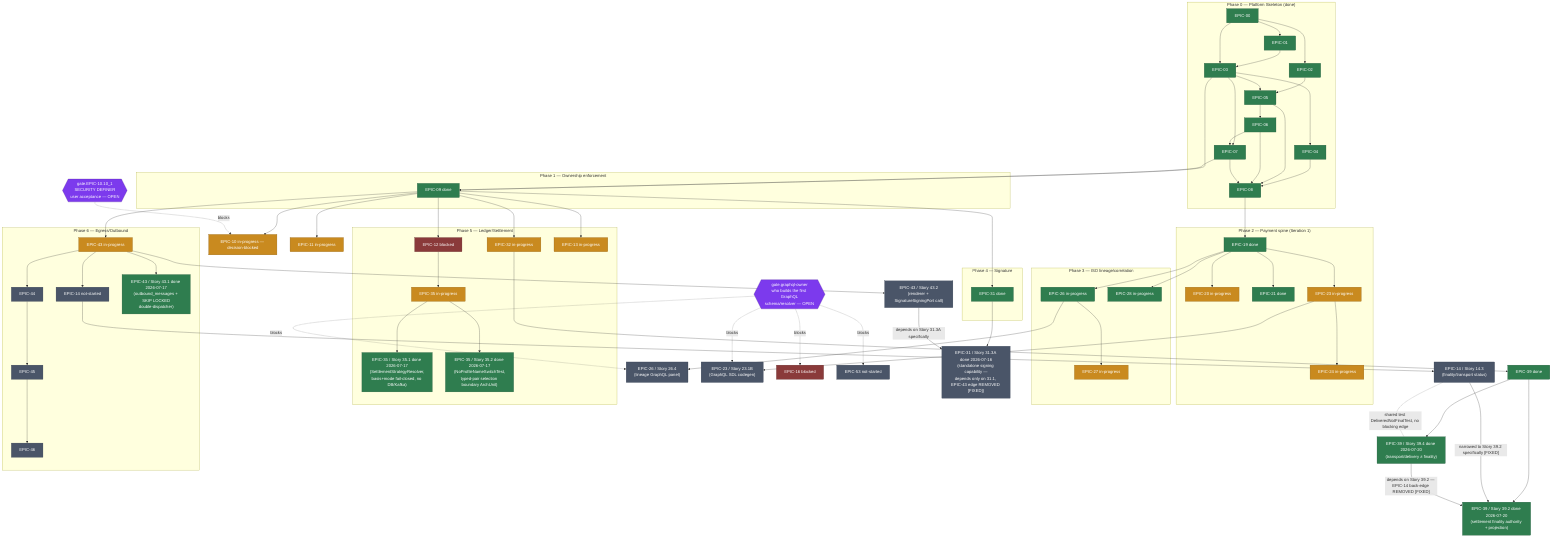
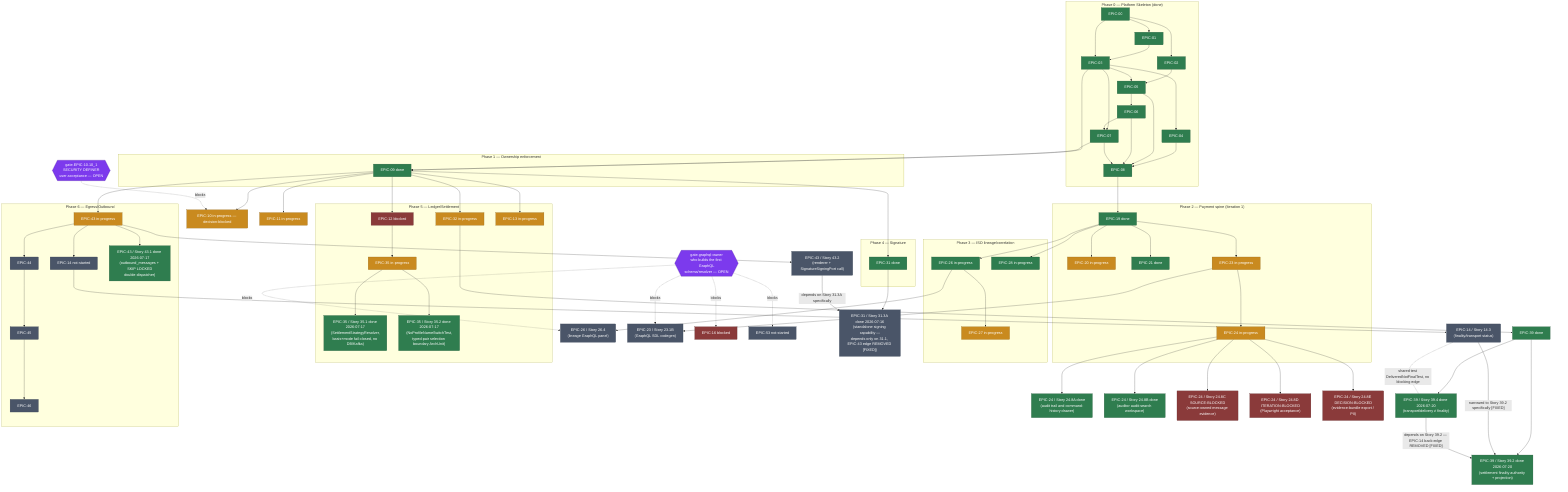
%% SEPA Nexus — capability graph (curated view)
- %% Full machine graph: planning/capability-graph.json (142 nodes / 251 edges).
+ %% Full machine graph: planning/capability-graph.json (155 nodes / 273 edges).
%% This file is a curated subgraph for human reading — phase heads, the two resolved
%% cycles, and the two open decision gates (EPIC-10 SECURITY DEFINER, GraphQL owner). It
%% is not regenerated automatically; keep it in sync by hand with capability-graph.json
%% when either changes materially.
flowchart TB

    subgraph P0["Phase 0 — Platform Skeleton (done)"]
        E00[EPIC-00] --> E01[EPIC-01] & E02[EPIC-02]
        E01 --> E03[EPIC-03]
        E00 --> E03
        E03 --> E04[EPIC-04] & E07[EPIC-07]
        E02 --> E05[EPIC-05]
        E03 --> E05
        E05 --> E06[EPIC-06]
        E06 --> E07
        E04 & E05 & E06 & E07 --> E08[EPIC-08]
    end

    subgraph P1["Phase 1 — Ownership enforcement"]
        E03 --> E09[EPIC-09 done]
        E07 --> E09
    end

    subgraph P2["Phase 2 — Payment spine (Iteration 1)"]
        E08 --> E19[EPIC-19 done]
        E19 --> E20[EPIC-20 in-progress]
        E19 --> E21[EPIC-21 done]
        E19 --> E23[EPIC-23 in-progress]
        E23 --> E24[EPIC-24 in-progress]
    end
+ 
+     %% --- Wave 10 audit evidence slice (reconciled 2026-07-21) ---
+     S248A["EPIC-24 / Story 24.8A done\n(audit trail and command-history drawer)"]
+     S248B["EPIC-24 / Story 24.8B done\n(auditor audit-search workspace)"]
+     S248C["EPIC-24 / Story 24.8C SOURCE-BLOCKED\n(source-owned message evidence)"]
+     S248D["EPIC-24 / Story 24.8D ITERATION-BLOCKED\n(Playwright acceptance)"]
+     S248E["EPIC-24 / Story 24.8E DECISION-BLOCKED\n(evidence-bundle export / PII)"]
+     E24 --> S248A & S248B & S248C & S248D & S248E

    subgraph P3["Phase 3 — ISO lineage/correlation"]
        E19 --> E26[EPIC-26 in-progress]
        E26 --> E27[EPIC-27 in-progress]
        E19 --> E28[EPIC-28 in-progress]
    end

    %% --- GraphQL owner decision gate (added 2026-07-16) ---
    S2664["EPIC-26 / Story 26.4\n(lineage GraphQL panel)"]
    S231B["EPIC-23 / Story 23.1B\n(GraphQL SDL codegen)"]
    E26 --> S2664
    E23 --> S231B
    GQLGATE{{"gate.graphql-owner\nwho builds the first GraphQL\nschema/resolver — OPEN"}}
    GQLGATE -.blocks.-> S2664
    GQLGATE -.blocks.-> E16[EPIC-16 blocked]
    GQLGATE -.blocks.-> S231B
    GQLGATE -.blocks.-> E53[EPIC-53 not-started]

    subgraph P4["Phase 4 — Signature"]
        E09 --> E31[EPIC-31 done]
    end

    subgraph P5["Phase 5 — Ledger/Settlement"]
        E09 --> E32[EPIC-32 in-progress]
        E12[EPIC-12 blocked] --> E35[EPIC-35 in-progress]
        S351["EPIC-35 / Story 35.1 done 2026-07-17\n(SettlementStrategyResolver,\nbasis+mode fail-closed, no DB/Kafka)"]
        S352["EPIC-35 / Story 35.2 done 2026-07-17\n(NoProfileNameSwitchTest,\ntyped-pair selection boundary ArchUnit)"]
        E35 --> S351
        E35 --> S352
        E09 --> E13[EPIC-13 in-progress]
        E09 --> E12
    end

    subgraph P6["Phase 6 — Egress/Outbound"]
        E09 --> E43[EPIC-43 in-progress]
        E43 --> E44[EPIC-44] --> E45[EPIC-45] --> E46[EPIC-46]
        E43 --> E14[EPIC-14 not-started]
        S431["EPIC-43 / Story 43.1 done 2026-07-17\n(outbound_messages + SKIP LOCKED\ndouble-dispatcher)"]
        E43 --> S431
    end

    %% Ownership graph (EPIC-09) fans out to most other Phase-1 epics
    E09 --> E10[EPIC-10 in-progress — decision-blocked]
    E09 --> E11[EPIC-11 in-progress]

    %% --- EPIC-10 decision gate ---
    GATE{{"gate.EPIC-10.10_1\nSECURITY DEFINER\nuser acceptance — OPEN"}}
    GATE -.blocks.-> E10

    %% --- Cycle 1 (H1, signature <-> egress) — FIXED 2026-07-16 ---
    S313A["EPIC-31 / Story 31.3A done 2026-07-16\n(standalone signing capability —\ndepends only on 31.1, EPIC-43 edge REMOVED [FIXED])"]
    S432["EPIC-43 / Story 43.2\n(renderer + SignatureSigningPort call)"]
    E31 --> S313A
    E43 --> S432
    S432 -- "depends on Story 31.3A specifically" --> S313A

    %% --- Cycle 2 (discovered incidentally, same shape) — FIXED 2026-07-16 ---
    S143["EPIC-14 / Story 14.3\n(finality/transport status)"]
    S394["EPIC-39 / Story 39.4 done 2026-07-20\n(transport/delivery ≠ finality)"]
    S392["EPIC-39 / Story 39.2 done 2026-07-20\n(settlement finality authority + projection)"]
    E14 --> S143
    E39[EPIC-39 done] --> S394
    E39 --> S392
    E32 --> E39
    S143 -- "narrowed to Story 39.2 specifically [FIXED]" --> S392
    S394 -- "depends on Story 39.2 — EPIC-14 back-edge REMOVED [FIXED]" --> S392
    S143 -. "shared test DeliveredNotFinalTest, no blocking edge" .- S394

    classDef done fill:#2f7d4f,color:#fff,stroke:#1e5236
    classDef inprogress fill:#c98a1f,color:#fff,stroke:#8a5e12
    classDef blocked fill:#8a3a3a,color:#fff,stroke:#5c2626
    classDef notstarted fill:#4a5568,color:#fff,stroke:#2d3748
    classDef gate fill:#7c3aed,color:#fff,stroke:#4c1d95

-     class E00,E01,E02,E03,E04,E05,E06,E07,E08,E09,E19,E21,E26,E31,E28,S351,S352,S431 done
+     class E00,E01,E02,E03,E04,E05,E06,E07,E08,E09,E19,E21,E26,E31,E28,S351,S352,S431,S248A,S248B done
    class E10,E11,E20,E23,E24,E27,E35,E13,E32,E43 inprogress
-     class E12,E16 blocked
+     class E12,E16,S248C,S248D,S248E blocked
    class E14,E44,E45,E46,E53,S313A,S432,S143,S2664,S231B notstarted
    class E39,S394,S392 done
    class GATE,GQLGATE gate
